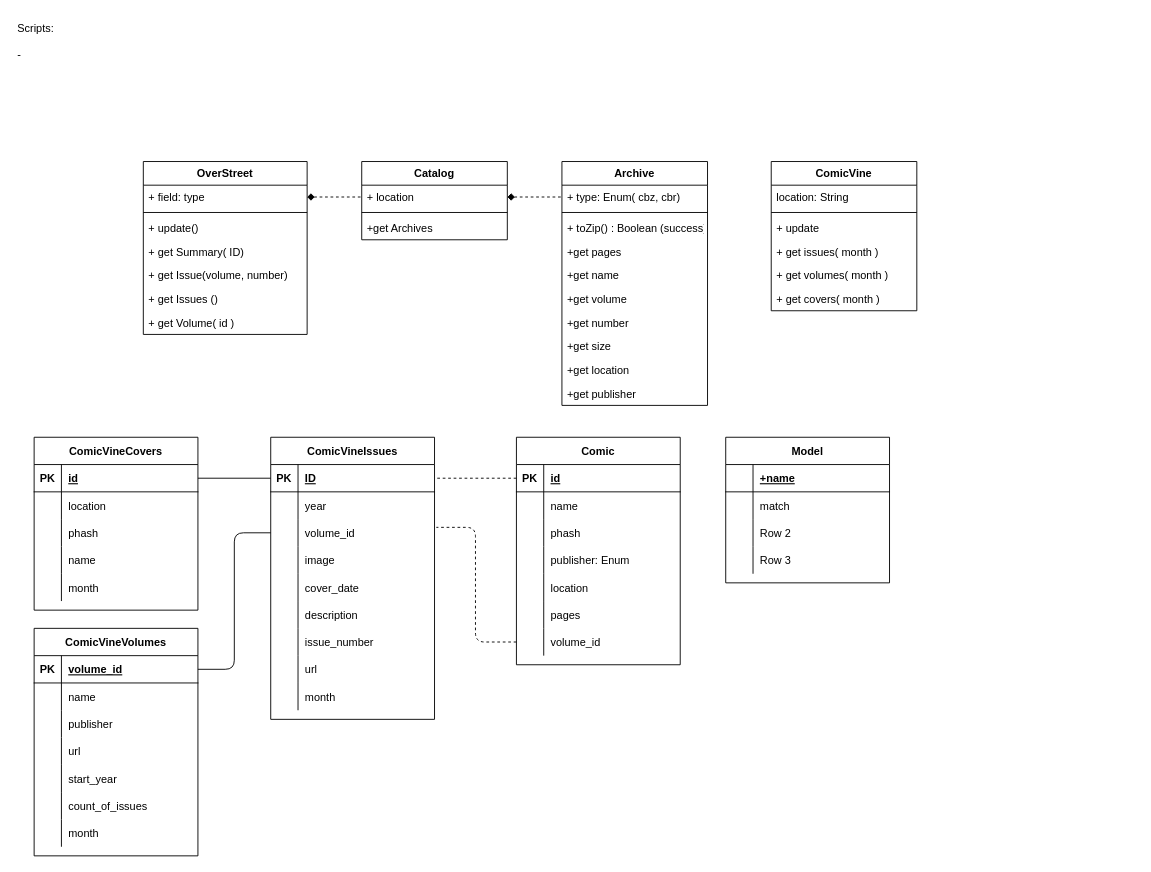
Earlier version of the draw.io diagram longbox.drawio (jdbennet2001/draw.io). Source tidied: cells renumbered, new cells numbered last; positions are measured from the earlier drawing's top-left corner, leaving out a move shared by most shapes. Both pictures are drawn from the tidied source at 91%, with x=0, y=0 at pixel (15, 15).
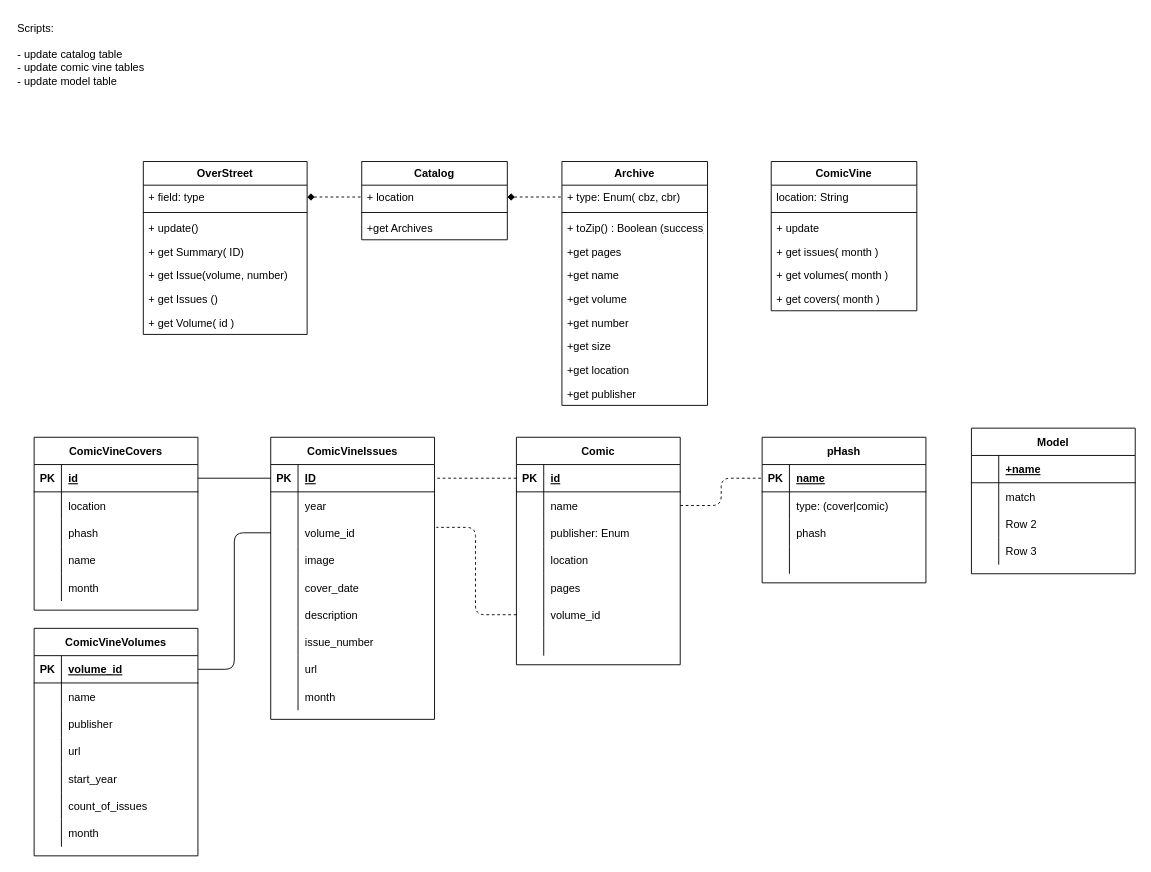
The same page after the edit.

Unchanged cells that the change refers to:
```xml
<mxCell id="70" value="Comic" style="shape=table;startSize=30;childLayout=tableLayout;rowLines=0;fontStyle=1;align=center;" parent="1" vertex="1">
  <mxGeometry x="550" y="463" width="180" height="250" as="geometry" />
</mxCell>
<mxCell id="74" style="shape=partialRectangle;fillColor=none;top=0;left=0;bottom=0;right=0;points=[[0,0.5],[1,0.5]];portConstraint=eastwest;" parent="70" vertex="1">
  <mxGeometry y="60" width="180" height="30" as="geometry" />
</mxCell>
```

Change to the diagram source:
```diff
@@
-    <mxCell id="77" style="shape=partialRectangle;fillColor=none;top=0;left=0;bottom=0;right=0;" parent="70" vertex="1">
-      <mxGeometry y="90" width="180" height="30" as="geometry" />
-    </mxCell>
-    <mxCell id="78" style="shape=partialRectangle;fillColor=none;top=0;left=0;bottom=0;right=0;overflow=hidden;" parent="77" vertex="1">
-      <mxGeometry width="30" height="30" as="geometry" />
-    </mxCell>
-    <mxCell id="79" value="phash" style="shape=partialRectangle;fillColor=none;top=0;left=0;bottom=0;right=0;align=left;spacingLeft=6;overflow=hidden;" parent="77" vertex="1">
-      <mxGeometry x="30" width="150" height="30" as="geometry" />
-    </mxCell>
     <mxCell id="80" style="shape=partialRectangle;fillColor=none;top=0;left=0;bottom=0;right=0;" parent="70" vertex="1">
-      <mxGeometry y="120" width="180" height="30" as="geometry" />
+      <mxGeometry y="90" width="180" height="30" as="geometry" />
     </mxCell>
@@
     <mxCell id="83" style="shape=partialRectangle;fillColor=none;top=0;left=0;bottom=0;right=0;" parent="70" vertex="1">
-      <mxGeometry y="150" width="180" height="30" as="geometry" />
+      <mxGeometry y="120" width="180" height="30" as="geometry" />
     </mxCell>
@@
     <mxCell id="86" style="shape=partialRectangle;fillColor=none;top=0;left=0;bottom=0;right=0;" parent="70" vertex="1">
-      <mxGeometry y="180" width="180" height="30" as="geometry" />
+      <mxGeometry y="150" width="180" height="30" as="geometry" />
     </mxCell>
@@
     <mxCell id="89" style="shape=partialRectangle;fillColor=none;top=0;left=0;bottom=0;right=0;points=[[0,0.5],[1,0.5]];portConstraint=eastwest;" parent="70" vertex="1">
-      <mxGeometry y="210" width="180" height="30" as="geometry" />
+      <mxGeometry y="180" width="180" height="30" as="geometry" />
     </mxCell>
@@
+    <mxCell id="77" style="shape=partialRectangle;fillColor=none;top=0;left=0;bottom=0;right=0;" parent="70" vertex="1">
+      <mxGeometry y="210" width="180" height="30" as="geometry" />
+    </mxCell>
+    <mxCell id="78" style="shape=partialRectangle;fillColor=none;top=0;left=0;bottom=0;right=0;overflow=hidden;" parent="77" vertex="1">
+      <mxGeometry width="30" height="30" as="geometry" />
+    </mxCell>
+    <mxCell id="79" style="shape=partialRectangle;fillColor=none;top=0;left=0;bottom=0;right=0;align=left;spacingLeft=6;overflow=hidden;" parent="77" vertex="1">
+      <mxGeometry x="30" width="150" height="30" as="geometry" />
+    </mxCell>
@@
     <mxCell id="126" value="Model" style="shape=table;startSize=30;childLayout=tableLayout;rowLines=0;fontStyle=1;align=center;" parent="1" vertex="1">
-      <mxGeometry x="780" y="463" width="180" height="160" as="geometry" />
+      <mxGeometry x="1050" y="453" width="180" height="160" as="geometry" />
     </mxCell>
@@
-    <mxCell id="139" value="Scripts:&lt;br&gt;&lt;br&gt;&lt;div style=&quot;&quot;&gt;-&amp;nbsp;&lt;/div&gt;" style="text;html=1;strokeColor=none;fillColor=none;align=left;verticalAlign=top;whiteSpace=wrap;rounded=0;" parent="1" vertex="1">
-      <mxGeometry width="180" height="80" as="geometry" />
+    <mxCell id="139" value="Scripts:&lt;br&gt;&lt;br&gt;&lt;div&gt;- update catalog table&lt;/div&gt;&lt;div&gt;- update comic vine tables&lt;/div&gt;&lt;div&gt;- update model table&lt;/div&gt;" style="text;html=1;strokeColor=none;fillColor=none;align=left;verticalAlign=top;whiteSpace=wrap;rounded=0;" parent="1" vertex="1">
+      <mxGeometry width="170" height="140" as="geometry" />
     </mxCell>
+    <mxCell id="140" value="pHash" style="shape=table;startSize=30;childLayout=tableLayout;rowLines=0;fontStyle=1;align=center;" parent="1" vertex="1">
+      <mxGeometry x="820" y="463" width="180" height="160" as="geometry" />
+    </mxCell>
+    <mxCell id="141" style="shape=partialRectangle;fillColor=none;top=0;left=0;bottom=1;right=0;points=[[0,0.5],[1,0.5]];portConstraint=eastwest;" parent="140" vertex="1">
+      <mxGeometry y="30" width="180" height="30" as="geometry" />
+    </mxCell>
+    <mxCell id="142" value="PK" style="shape=partialRectangle;fillColor=none;top=0;left=0;bottom=0;right=0;fontStyle=1;overflow=hidden;" parent="141" vertex="1">
+      <mxGeometry width="30" height="30" as="geometry" />
+    </mxCell>
+    <mxCell id="143" value="name" style="shape=partialRectangle;fillColor=none;top=0;left=0;bottom=0;right=0;align=left;spacingLeft=6;fontStyle=5;overflow=hidden;" parent="141" vertex="1">
+      <mxGeometry x="30" width="150" height="30" as="geometry" />
+    </mxCell>
+    <mxCell id="144" style="shape=partialRectangle;fillColor=none;top=0;left=0;bottom=0;right=0;" parent="140" vertex="1">
+      <mxGeometry y="60" width="180" height="30" as="geometry" />
+    </mxCell>
+    <mxCell id="145" style="shape=partialRectangle;fillColor=none;top=0;left=0;bottom=0;right=0;overflow=hidden;" parent="144" vertex="1">
+      <mxGeometry width="30" height="30" as="geometry" />
+    </mxCell>
+    <mxCell id="146" value="type: (cover|comic)" style="shape=partialRectangle;fillColor=none;top=0;left=0;bottom=0;right=0;align=left;spacingLeft=6;overflow=hidden;" parent="144" vertex="1">
+      <mxGeometry x="30" width="150" height="30" as="geometry" />
+    </mxCell>
+    <mxCell id="147" style="shape=partialRectangle;fillColor=none;top=0;left=0;bottom=0;right=0;" parent="140" vertex="1">
+      <mxGeometry y="90" width="180" height="30" as="geometry" />
+    </mxCell>
+    <mxCell id="148" style="shape=partialRectangle;fillColor=none;top=0;left=0;bottom=0;right=0;overflow=hidden;" parent="147" vertex="1">
+      <mxGeometry width="30" height="30" as="geometry" />
+    </mxCell>
+    <mxCell id="149" value="phash" style="shape=partialRectangle;fillColor=none;top=0;left=0;bottom=0;right=0;align=left;spacingLeft=6;overflow=hidden;" parent="147" vertex="1">
+      <mxGeometry x="30" width="150" height="30" as="geometry" />
+    </mxCell>
+    <mxCell id="150" style="shape=partialRectangle;fillColor=none;top=0;left=0;bottom=0;right=0;" parent="140" vertex="1">
+      <mxGeometry y="120" width="180" height="30" as="geometry" />
+    </mxCell>
+    <mxCell id="151" style="shape=partialRectangle;fillColor=none;top=0;left=0;bottom=0;right=0;overflow=hidden;" parent="150" vertex="1">
+      <mxGeometry width="30" height="30" as="geometry" />
+    </mxCell>
+    <mxCell id="152" style="shape=partialRectangle;fillColor=none;top=0;left=0;bottom=0;right=0;align=left;spacingLeft=6;overflow=hidden;" parent="150" vertex="1">
+      <mxGeometry x="30" width="150" height="30" as="geometry" />
+    </mxCell>
+    <mxCell id="153" style="edgeStyle=orthogonalEdgeStyle;rounded=1;jettySize=auto;html=1;exitX=1;exitY=0.5;exitDx=0;exitDy=0;entryX=0;entryY=0.5;entryDx=0;entryDy=0;dashed=1;startArrow=none;startFill=0;endArrow=none;endFill=0;" parent="1" edge="1" source="74" target="141">
+      <mxGeometry relative="1" as="geometry" />
+    </mxCell>
```
